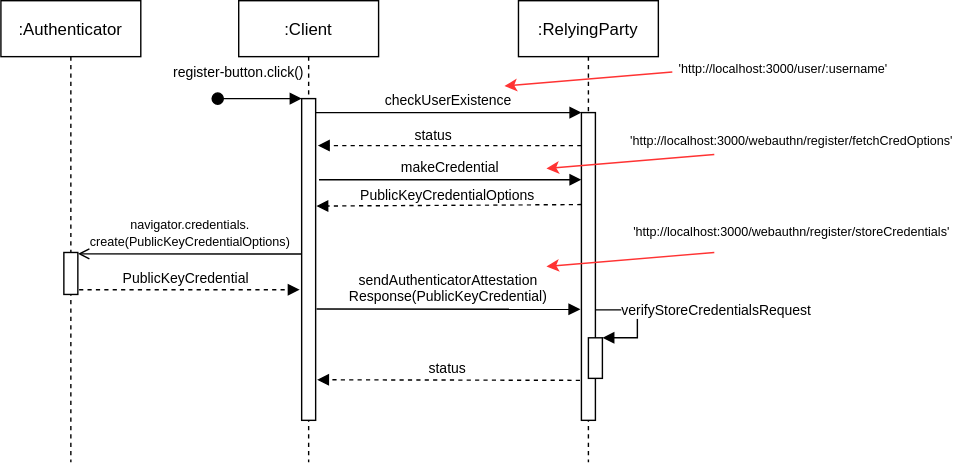
Before: sources/webauthn_registration.svg, a diagram exported from draw.io (lefosg/fido2-server-client). Source tidied: cells renumbered, new cells last; positions are measured from the earlier drawing's top-left corner, leaving out a move shared by most shapes. The source it was exported from:
```xml
<mxGraphModel>
  <root>
    <mxCell id="0" />
    <mxCell id="1" parent="0" />
    <mxCell id="2" value=":Client" style="shape=umlLifeline;perimeter=lifelinePerimeter;rounded=0;shadow=0;strokeWidth=1;" parent="1" vertex="1">
      <mxGeometry x="170" width="100" height="330" as="geometry" />
    </mxCell>
    <mxCell id="3" style="points=[];perimeter=orthogonalPerimeter;rounded=0;shadow=0;strokeWidth=1;" parent="2" vertex="1">
      <mxGeometry x="45" y="70" width="10" height="230" as="geometry" />
    </mxCell>
    <mxCell id="4" value="register-button.click()" style="verticalAlign=bottom;startArrow=oval;endArrow=block;startSize=8;shadow=0;strokeWidth=1;fontSize=10;spacing=2;" parent="2" edge="1">
      <mxGeometry x="-0.5" y="10" relative="1" as="geometry">
        <mxPoint x="-15" y="70" as="sourcePoint" />
        <mxPoint x="45" y="70" as="targetPoint" />
      </mxGeometry>
    </mxCell>
    <mxCell id="5" value=":RelyingParty" style="shape=umlLifeline;perimeter=lifelinePerimeter;rounded=0;shadow=0;strokeWidth=1;" parent="1" vertex="1">
      <mxGeometry x="370" width="100" height="330" as="geometry" />
    </mxCell>
    <mxCell id="6" style="points=[];perimeter=orthogonalPerimeter;rounded=0;shadow=0;strokeWidth=1;" parent="5" vertex="1">
      <mxGeometry x="45" y="80" width="10" height="220" as="geometry" />
    </mxCell>
    <mxCell id="7" value="makeCredential" style="verticalAlign=bottom;endArrow=block;entryX=0;entryY=0;shadow=0;strokeWidth=1;exitX=1.24;exitY=0.252;exitDx=0;exitDy=0;exitPerimeter=0;fontSize=10;" parent="5" edge="1" source="3">
      <mxGeometry relative="1" as="geometry">
        <mxPoint x="45" y="128" as="targetPoint" />
      </mxGeometry>
    </mxCell>
    <mxCell id="8" style="html=1;verticalAlign=bottom;labelBackgroundColor=none;endArrow=block;endFill=1;dashed=1;rounded=0;entryX=1.048;entryY=0.334;entryDx=0;entryDy=0;entryPerimeter=0;" parent="5" edge="1" target="3">
      <mxGeometry relative="1" as="geometry">
        <mxPoint x="45" y="145.7" as="sourcePoint" />
      </mxGeometry>
    </mxCell>
    <mxCell id="9" value="&lt;font style=&quot;font-size: 10px&quot;&gt;PublicKeyCredentialOptions&lt;/font&gt;" style="edgeLabel;html=1;align=center;verticalAlign=middle;" parent="8" vertex="1">
      <mxGeometry x="0.27" relative="1" as="geometry">
        <mxPoint x="24" y="-8" as="offset" />
      </mxGeometry>
    </mxCell>
    <mxCell id="10" style="html=1;points=[];perimeter=orthogonalPerimeter;fontSize=10;" parent="5" vertex="1">
      <mxGeometry x="50" y="241" width="10" height="29" as="geometry" />
    </mxCell>
    <mxCell id="11" value="verifyStoreCredentialsRequest" style="edgeStyle=orthogonalEdgeStyle;html=1;align=left;spacingLeft=2;endArrow=block;rounded=0;entryX=1;entryY=0;fontSize=10;" parent="5" edge="1" target="10">
      <mxGeometry x="-0.6" relative="1" as="geometry">
        <mxPoint x="55" y="221" as="sourcePoint" />
        <Array as="points">
          <mxPoint x="85" y="221" />
        </Array>
      </mxGeometry>
    </mxCell>
    <mxCell id="12" style="endArrow=classic;html=1;rounded=0;fontSize=10;fillColor=#f8cecc;strokeColor=#FF3333;" parent="5" edge="1">
      <mxGeometry relative="1" as="geometry">
        <mxPoint x="140" y="110" as="sourcePoint" />
        <mxPoint x="20" y="120" as="targetPoint" />
      </mxGeometry>
    </mxCell>
    <mxCell id="13" value="checkUserExistence" style="verticalAlign=bottom;endArrow=block;entryX=0;entryY=0;shadow=0;strokeWidth=1;fontSize=10;" parent="1" edge="1" source="3" target="6">
      <mxGeometry relative="1" as="geometry" />
    </mxCell>
    <mxCell id="14" value=":Authenticator" style="shape=umlLifeline;perimeter=lifelinePerimeter;rounded=0;shadow=0;strokeWidth=1;" parent="1" vertex="1">
      <mxGeometry width="100" height="330" as="geometry" />
    </mxCell>
    <mxCell id="15" style="points=[];perimeter=orthogonalPerimeter;rounded=0;shadow=0;strokeWidth=1;" parent="14" vertex="1">
      <mxGeometry x="45" y="180" width="10" height="30" as="geometry" />
    </mxCell>
    <mxCell id="16" style="html=1;verticalAlign=bottom;labelBackgroundColor=none;endArrow=block;endFill=1;dashed=1;rounded=0;entryX=1.154;entryY=0.146;entryDx=0;entryDy=0;entryPerimeter=0;" parent="1" edge="1" source="6" target="3">
      <mxGeometry relative="1" as="geometry" />
    </mxCell>
    <mxCell id="17" value="&lt;font style=&quot;font-size: 10px&quot;&gt;status&lt;/font&gt;" style="edgeLabel;html=1;align=center;verticalAlign=middle;" parent="16" vertex="1">
      <mxGeometry x="0.27" relative="1" as="geometry">
        <mxPoint x="13" y="-8" as="offset" />
      </mxGeometry>
    </mxCell>
    <mxCell id="18" value="&lt;font style=&quot;font-size: 9px&quot;&gt;navigator.credentials.&lt;br&gt;create(PublicKeyCredentialOptions)&lt;/font&gt;" style="html=1;verticalAlign=bottom;labelBackgroundColor=none;endArrow=open;endFill=0;rounded=0;fontSize=10;exitX=-0.008;exitY=0.483;exitDx=0;exitDy=0;exitPerimeter=0;entryX=1.014;entryY=0.033;entryDx=0;entryDy=0;entryPerimeter=0;" parent="1" edge="1" source="3" target="15">
      <mxGeometry relative="1" as="geometry" />
    </mxCell>
    <mxCell id="19" style="html=1;verticalAlign=bottom;labelBackgroundColor=none;endArrow=block;endFill=1;dashed=1;rounded=0;fontSize=9;exitX=1.09;exitY=0.656;exitDx=0;exitDy=0;exitPerimeter=0;entryX=-0.138;entryY=0.682;entryDx=0;entryDy=0;entryPerimeter=0;" parent="1" edge="1">
      <mxGeometry relative="1" as="geometry">
        <mxPoint x="55.9" y="206.7" as="sourcePoint" />
        <mxPoint x="213.6" y="206.6" as="targetPoint" />
      </mxGeometry>
    </mxCell>
    <mxCell id="20" value="&lt;font style=&quot;font-size: 10px&quot;&gt;PublicKeyCredential&lt;/font&gt;" style="edgeLabel;html=1;align=center;verticalAlign=middle;fontSize=9;" parent="19" vertex="1">
      <mxGeometry x="-0.24" y="1" relative="1" as="geometry">
        <mxPoint x="16" y="-8" as="offset" />
      </mxGeometry>
    </mxCell>
    <mxCell id="21" value="sendAuthenticatorAttestation&#10;Response(PublicKeyCredential)" style="verticalAlign=bottom;endArrow=block;entryX=-0.073;entryY=0.74;shadow=0;strokeWidth=1;exitX=1.063;exitY=0.302;exitDx=0;exitDy=0;exitPerimeter=0;entryDx=0;entryDy=0;entryPerimeter=0;fontSize=10;" parent="1" edge="1">
      <mxGeometry relative="1" as="geometry">
        <mxPoint x="225.6" y="220.4" as="sourcePoint" />
        <mxPoint x="414.3" y="220.6" as="targetPoint" />
      </mxGeometry>
    </mxCell>
    <mxCell id="22" style="html=1;verticalAlign=bottom;labelBackgroundColor=none;endArrow=block;endFill=1;dashed=1;rounded=0;entryX=1.1;entryY=0.4;entryDx=0;entryDy=0;entryPerimeter=0;exitX=-0.103;exitY=0.839;exitDx=0;exitDy=0;exitPerimeter=0;" parent="1" edge="1">
      <mxGeometry relative="1" as="geometry">
        <mxPoint x="414" y="271.4" as="sourcePoint" />
        <mxPoint x="226" y="271" as="targetPoint" />
      </mxGeometry>
    </mxCell>
    <mxCell id="23" value="&lt;font style=&quot;font-size: 10px&quot;&gt;status&lt;/font&gt;" style="edgeLabel;html=1;align=center;verticalAlign=middle;" parent="22" vertex="1">
      <mxGeometry x="0.27" relative="1" as="geometry">
        <mxPoint x="24" y="-8" as="offset" />
      </mxGeometry>
    </mxCell>
    <mxCell id="24" style="endArrow=classic;html=1;rounded=0;fontSize=10;fillColor=#f8cecc;strokeColor=#FF3333;" parent="1" edge="1">
      <mxGeometry relative="1" as="geometry">
        <mxPoint x="480" y="51" as="sourcePoint" />
        <mxPoint x="360" y="61" as="targetPoint" />
      </mxGeometry>
    </mxCell>
    <mxCell id="25" value="&lt;font style=&quot;font-size: 9px&quot;&gt;'http://localhost:3000/user/:username'&lt;/font&gt;" style="text;html=1;align=center;verticalAlign=middle;strokeColor=none;fillColor=none;fontSize=10;" parent="1" vertex="1">
      <mxGeometry x="479" y="38" width="160" height="20" as="geometry" />
    </mxCell>
    <mxCell id="26" value="&lt;font style=&quot;font-size: 9px&quot;&gt;'http://localhost:3000/webauthn/register/fetchCredOptions'&lt;/font&gt;" style="text;html=1;align=center;verticalAlign=middle;strokeColor=none;fillColor=none;fontSize=10;" parent="1" vertex="1">
      <mxGeometry x="440" y="90" width="250" height="20" as="geometry" />
    </mxCell>
    <mxCell id="27" value="&lt;font style=&quot;font-size: 9px&quot;&gt;'http://localhost:3000/webauthn/register/storeCredentials'&lt;/font&gt;" style="text;html=1;align=center;verticalAlign=middle;strokeColor=none;fillColor=none;fontSize=10;" parent="1" vertex="1">
      <mxGeometry x="445" y="155" width="240" height="20" as="geometry" />
    </mxCell>
    <mxCell id="28" style="endArrow=classic;html=1;rounded=0;fontSize=10;fillColor=#f8cecc;strokeColor=#FF3333;" parent="1" edge="1">
      <mxGeometry relative="1" as="geometry">
        <mxPoint x="510" y="180" as="sourcePoint" />
        <mxPoint x="390" y="190" as="targetPoint" />
      </mxGeometry>
    </mxCell>
  </root>
</mxGraphModel>
```
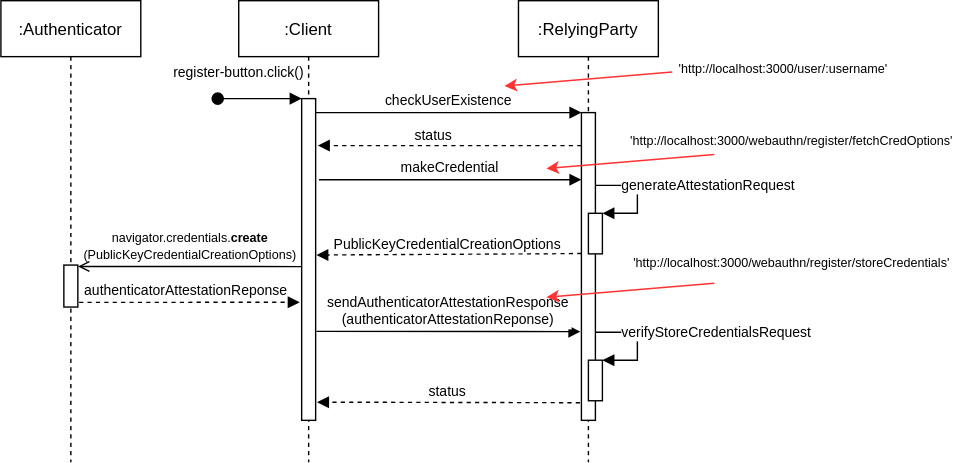
After the commit.

Change to the diagram source:
```diff
@@ -25,24 +25,25 @@
         <mxPoint x="45" y="128" as="targetPoint" />
       </mxGeometry>
     </mxCell>
-    <mxCell id="8" style="html=1;verticalAlign=bottom;labelBackgroundColor=none;endArrow=block;endFill=1;dashed=1;rounded=0;entryX=1.048;entryY=0.334;entryDx=0;entryDy=0;entryPerimeter=0;" parent="5" edge="1" target="3">
+    <mxCell id="8" style="html=1;verticalAlign=bottom;labelBackgroundColor=none;endArrow=block;endFill=1;dashed=1;rounded=0;entryX=1.048;entryY=0.334;entryDx=0;entryDy=0;entryPerimeter=0;" parent="5" edge="1">
       <mxGeometry relative="1" as="geometry">
-        <mxPoint x="45" y="145.7" as="sourcePoint" />
+        <mxPoint x="45" y="180.7" as="sourcePoint" />
+        <mxPoint x="-144.5" y="181.8" as="targetPoint" />
       </mxGeometry>
     </mxCell>
-    <mxCell id="9" value="&lt;font style=&quot;font-size: 10px&quot;&gt;PublicKeyCredentialOptions&lt;/font&gt;" style="edgeLabel;html=1;align=center;verticalAlign=middle;" parent="8" vertex="1">
+    <mxCell id="9" value="&lt;font style=&quot;font-size: 10px&quot;&gt;PublicKeyCredentialCreationOptions&lt;/font&gt;" style="edgeLabel;html=1;align=center;verticalAlign=middle;" parent="8" vertex="1">
       <mxGeometry x="0.27" relative="1" as="geometry">
         <mxPoint x="24" y="-8" as="offset" />
       </mxGeometry>
     </mxCell>
     <mxCell id="10" style="html=1;points=[];perimeter=orthogonalPerimeter;fontSize=10;" parent="5" vertex="1">
-      <mxGeometry x="50" y="241" width="10" height="29" as="geometry" />
+      <mxGeometry x="50" y="257" width="10" height="29" as="geometry" />
     </mxCell>
     <mxCell id="11" value="verifyStoreCredentialsRequest" style="edgeStyle=orthogonalEdgeStyle;html=1;align=left;spacingLeft=2;endArrow=block;rounded=0;entryX=1;entryY=0;fontSize=10;" parent="5" edge="1" target="10">
       <mxGeometry x="-0.6" relative="1" as="geometry">
-        <mxPoint x="55" y="221" as="sourcePoint" />
+        <mxPoint x="55" y="237" as="sourcePoint" />
         <Array as="points">
-          <mxPoint x="85" y="221" />
+          <mxPoint x="85" y="237" />
         </Array>
       </mxGeometry>
     </mxCell>
@@ -52,6 +53,17 @@
         <mxPoint x="20" y="120" as="targetPoint" />
       </mxGeometry>
     </mxCell>
+    <mxCell id="29" style="html=1;points=[];perimeter=orthogonalPerimeter;fontSize=10;" parent="5" vertex="1">
+      <mxGeometry x="50" y="152" width="10" height="29" as="geometry" />
+    </mxCell>
+    <mxCell id="30" value="generateAttestationRequest" style="edgeStyle=orthogonalEdgeStyle;html=1;align=left;spacingLeft=2;endArrow=block;rounded=0;entryX=1;entryY=0;fontSize=10;" parent="5" edge="1" target="29">
+      <mxGeometry x="-0.6" relative="1" as="geometry">
+        <mxPoint x="55" y="132" as="sourcePoint" />
+        <Array as="points">
+          <mxPoint x="85" y="132" />
+        </Array>
+      </mxGeometry>
+    </mxCell>
     <mxCell id="13" value="checkUserExistence" style="verticalAlign=bottom;endArrow=block;entryX=0;entryY=0;shadow=0;strokeWidth=1;fontSize=10;" parent="1" edge="1" source="3" target="6">
       <mxGeometry relative="1" as="geometry" />
     </mxCell>
@@ -59,7 +71,7 @@
       <mxGeometry width="100" height="330" as="geometry" />
     </mxCell>
     <mxCell id="15" style="points=[];perimeter=orthogonalPerimeter;rounded=0;shadow=0;strokeWidth=1;" parent="14" vertex="1">
-      <mxGeometry x="45" y="180" width="10" height="30" as="geometry" />
+      <mxGeometry x="45" y="189" width="10" height="30" as="geometry" />
     </mxCell>
     <mxCell id="16" style="html=1;verticalAlign=bottom;labelBackgroundColor=none;endArrow=block;endFill=1;dashed=1;rounded=0;entryX=1.154;entryY=0.146;entryDx=0;entryDy=0;entryPerimeter=0;" parent="1" edge="1" source="6" target="3">
       <mxGeometry relative="1" as="geometry" />
@@ -69,30 +81,32 @@
         <mxPoint x="13" y="-8" as="offset" />
       </mxGeometry>
     </mxCell>
-    <mxCell id="18" value="&lt;font style=&quot;font-size: 9px&quot;&gt;navigator.credentials.&lt;br&gt;create(PublicKeyCredentialOptions)&lt;/font&gt;" style="html=1;verticalAlign=bottom;labelBackgroundColor=none;endArrow=open;endFill=0;rounded=0;fontSize=10;exitX=-0.008;exitY=0.483;exitDx=0;exitDy=0;exitPerimeter=0;entryX=1.014;entryY=0.033;entryDx=0;entryDy=0;entryPerimeter=0;" parent="1" edge="1" source="3" target="15">
-      <mxGeometry relative="1" as="geometry" />
+    <mxCell id="18" value="&lt;font style=&quot;font-size: 9px&quot;&gt;navigator.credentials.&lt;b&gt;create&lt;/b&gt;&lt;br&gt;(PublicKeyCredentialCreationOptions)&lt;/font&gt;" style="html=1;verticalAlign=bottom;labelBackgroundColor=none;endArrow=open;endFill=0;rounded=0;fontSize=10;exitX=-0.008;exitY=0.483;exitDx=0;exitDy=0;exitPerimeter=0;entryX=1.014;entryY=0.033;entryDx=0;entryDy=0;entryPerimeter=0;" parent="1" edge="1" target="15">
+      <mxGeometry relative="1" as="geometry">
+        <mxPoint x="214.9" y="190.1" as="sourcePoint" />
+      </mxGeometry>
     </mxCell>
     <mxCell id="19" style="html=1;verticalAlign=bottom;labelBackgroundColor=none;endArrow=block;endFill=1;dashed=1;rounded=0;fontSize=9;exitX=1.09;exitY=0.656;exitDx=0;exitDy=0;exitPerimeter=0;entryX=-0.138;entryY=0.682;entryDx=0;entryDy=0;entryPerimeter=0;" parent="1" edge="1">
       <mxGeometry relative="1" as="geometry">
-        <mxPoint x="55.9" y="206.7" as="sourcePoint" />
-        <mxPoint x="213.6" y="206.6" as="targetPoint" />
+        <mxPoint x="55.9" y="215.7" as="sourcePoint" />
+        <mxPoint x="213.6" y="215.6" as="targetPoint" />
       </mxGeometry>
     </mxCell>
-    <mxCell id="20" value="&lt;font style=&quot;font-size: 10px&quot;&gt;PublicKeyCredential&lt;/font&gt;" style="edgeLabel;html=1;align=center;verticalAlign=middle;fontSize=9;" parent="19" vertex="1">
+    <mxCell id="20" value="&lt;font style=&quot;font-size: 10px&quot;&gt;authenticatorAttestationReponse&lt;/font&gt;" style="edgeLabel;html=1;align=center;verticalAlign=middle;fontSize=9;" parent="19" vertex="1">
       <mxGeometry x="-0.24" y="1" relative="1" as="geometry">
         <mxPoint x="16" y="-8" as="offset" />
       </mxGeometry>
     </mxCell>
-    <mxCell id="21" value="sendAuthenticatorAttestation&#10;Response(PublicKeyCredential)" style="verticalAlign=bottom;endArrow=block;entryX=-0.073;entryY=0.74;shadow=0;strokeWidth=1;exitX=1.063;exitY=0.302;exitDx=0;exitDy=0;exitPerimeter=0;entryDx=0;entryDy=0;entryPerimeter=0;fontSize=10;" parent="1" edge="1">
+    <mxCell id="21" value="sendAuthenticatorAttestationResponse&#10;(authenticatorAttestationReponse)" style="verticalAlign=bottom;endArrow=block;entryX=-0.073;entryY=0.74;shadow=0;strokeWidth=1;exitX=1.063;exitY=0.302;exitDx=0;exitDy=0;exitPerimeter=0;entryDx=0;entryDy=0;entryPerimeter=0;fontSize=10;" parent="1" edge="1">
       <mxGeometry relative="1" as="geometry">
-        <mxPoint x="225.6" y="220.4" as="sourcePoint" />
-        <mxPoint x="414.3" y="220.6" as="targetPoint" />
+        <mxPoint x="225.6" y="236.4" as="sourcePoint" />
+        <mxPoint x="414.3" y="236.6" as="targetPoint" />
       </mxGeometry>
     </mxCell>
     <mxCell id="22" style="html=1;verticalAlign=bottom;labelBackgroundColor=none;endArrow=block;endFill=1;dashed=1;rounded=0;entryX=1.1;entryY=0.4;entryDx=0;entryDy=0;entryPerimeter=0;exitX=-0.103;exitY=0.839;exitDx=0;exitDy=0;exitPerimeter=0;" parent="1" edge="1">
       <mxGeometry relative="1" as="geometry">
-        <mxPoint x="414" y="271.4" as="sourcePoint" />
-        <mxPoint x="226" y="271" as="targetPoint" />
+        <mxPoint x="414" y="287.4" as="sourcePoint" />
+        <mxPoint x="226" y="287" as="targetPoint" />
       </mxGeometry>
     </mxCell>
     <mxCell id="23" value="&lt;font style=&quot;font-size: 10px&quot;&gt;status&lt;/font&gt;" style="edgeLabel;html=1;align=center;verticalAlign=middle;" parent="22" vertex="1">
@@ -113,12 +127,12 @@
       <mxGeometry x="440" y="90" width="250" height="20" as="geometry" />
     </mxCell>
     <mxCell id="27" value="&lt;font style=&quot;font-size: 9px&quot;&gt;'http://localhost:3000/webauthn/register/storeCredentials'&lt;/font&gt;" style="text;html=1;align=center;verticalAlign=middle;strokeColor=none;fillColor=none;fontSize=10;" parent="1" vertex="1">
-      <mxGeometry x="445" y="155" width="240" height="20" as="geometry" />
+      <mxGeometry x="445" y="177" width="240" height="20" as="geometry" />
     </mxCell>
     <mxCell id="28" style="endArrow=classic;html=1;rounded=0;fontSize=10;fillColor=#f8cecc;strokeColor=#FF3333;" parent="1" edge="1">
       <mxGeometry relative="1" as="geometry">
-        <mxPoint x="510" y="180" as="sourcePoint" />
-        <mxPoint x="390" y="190" as="targetPoint" />
+        <mxPoint x="510" y="202" as="sourcePoint" />
+        <mxPoint x="390" y="212" as="targetPoint" />
       </mxGeometry>
     </mxCell>
   </root>
```
